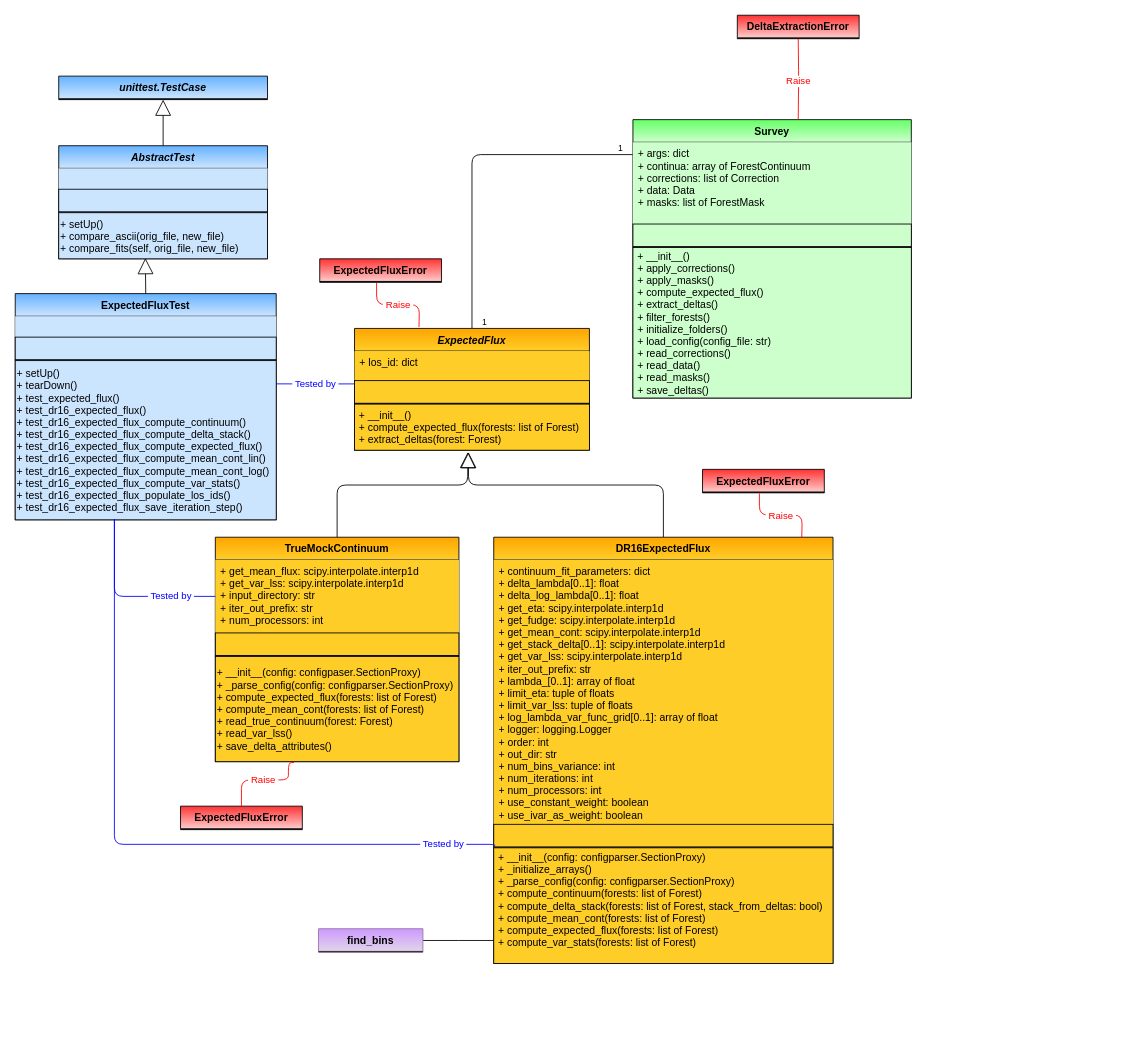
igmhub/picca keeps this draw.io diagram as page "ExpectedFlux" (6 of 7) of docs/delta_extraction/data_model/data_model.drawio. Above is the earlier version. Source tidied: cells renumbered, new cells numbered last; positions are measured from the earlier drawing's top-left corner, leaving out a move shared by most shapes. Both pictures are drawn from the tidied source at 87%, with x=0, y=0 at pixel (15, 15).
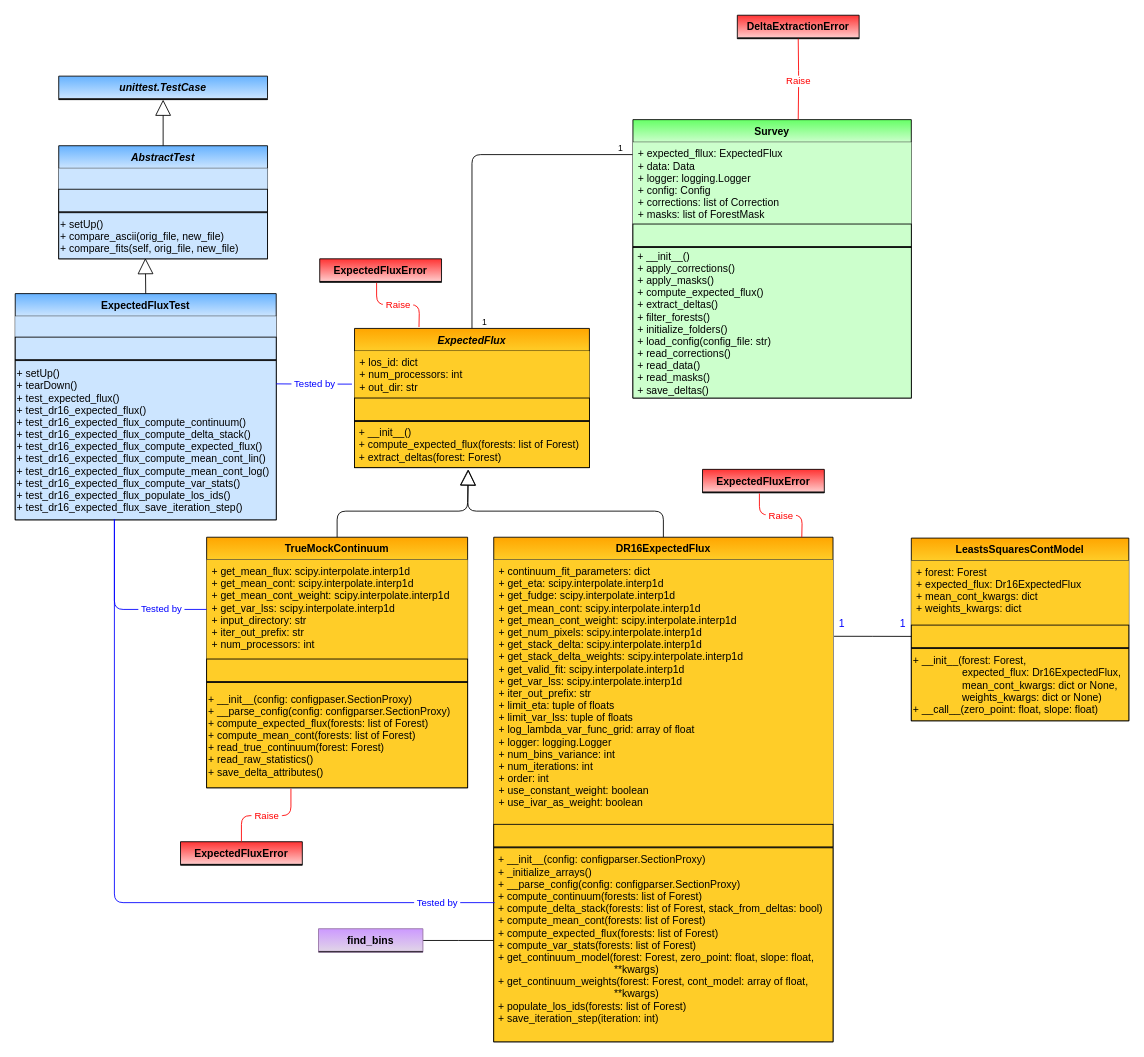
The same page after the edit.

Commit message (it also covers changes not shown here):
updated data model

Unchanged cells that the change refers to:
```xml
<mxCell id="5" value="Survey" style="swimlane;fontStyle=1;horizontal=1;startSize=26;swimlaneFillColor=#ffffff;rounded=0;shadow=0;glass=0;comic=0;strokeColor=#000000;swimlaneLine=1;gradientDirection=north;fillColor=#CCFFCC;gradientColor=#66FF66;" parent="1" vertex="1">
  <mxGeometry x="710" y="120" width="320" height="320" as="geometry" />
</mxCell>
<mxCell id="19" value="+ setUp()&#10;+ tearDown()&#10;+ test_expected_flux()&#10;+ test_dr16_expected_flux()&#10;+ test_dr16_expected_flux_compute_continuum()&#10;+ test_dr16_expected_flux_compute_delta_stack()&#10;+ test_dr16_expected_flux_compute_expected_flux()&#10;+ test_dr16_expected_flux_compute_mean_cont_lin()&#10;+ test_dr16_expected_flux_compute_mean_cont_log()&#10;+ test_dr16_expected_flux_compute_var_stats()&#10;+ test_dr16_expected_flux_populate_los_ids()&#10;+ test_dr16_expected_flux_save_iteration_step()" style="text;strokeColor=#000000;align=left;verticalAlign=middle;overflow=hidden;points=[[0,0.5],[1,0.5]];portConstraint=eastwest;rounded=0;shadow=0;glass=0;comic=0;fontStyle=0;gradientColor=none;swimlaneFillColor=#ffffff;gradientDirection=north;startSize=26;fillColor=#CCE5FF;" parent="15" vertex="1">
  <mxGeometry y="77" width="300" height="183" as="geometry" />
</mxCell>
<mxCell id="32" style="line;strokeWidth=1;fillColor=none;align=left;verticalAlign=middle;spacingTop=-1;spacingLeft=3;spacingRight=3;labelPosition=right;points=[];portConstraint=eastwest;rounded=0;shadow=0;glass=0;comic=0;" parent="29" vertex="1">
  <mxGeometry y="356" width="390" height="1" as="geometry" />
</mxCell>
```

Change to the diagram source:
```diff
@@
-    <mxCell id="6" value="+ args: dict&#10;+ continua: array of ForestContinuum&#10;+ corrections: list of Correction&#10;+ data: Data&#10;+ masks: list of ForestMask&#10;" style="text;strokeColor=none;align=left;verticalAlign=top;spacingLeft=4;spacingRight=4;overflow=hidden;points=[[0,0.5],[1,0.5]];portConstraint=eastwest;gradientColor=none;fillColor=#CCFFCC;" parent="5" vertex="1">
+    <mxCell id="6" value="+ expected_fllux: ExpectedFlux&#10;+ data: Data&#10;+ logger: logging.Logger&#10;+ config: Config&#10;+ corrections: list of Correction&#10;+ masks: list of ForestMask" style="text;strokeColor=none;align=left;verticalAlign=top;spacingLeft=4;spacingRight=4;overflow=hidden;points=[[0,0.5],[1,0.5]];portConstraint=eastwest;gradientColor=none;fillColor=#CCFFCC;" parent="5" vertex="1">
       <mxGeometry y="26" width="320" height="94" as="geometry" />
     </mxCell>
@@
     <mxCell id="10" value="ExpectedFlux" style="swimlane;fontStyle=3;horizontal=1;startSize=26;fillColor=#ffcd28;swimlaneFillColor=#ffffff;rounded=0;shadow=0;glass=0;comic=0;strokeColor=#000000;gradientColor=#ffa500;swimlaneLine=1;gradientDirection=north;" parent="1" vertex="1">
-      <mxGeometry x="390" y="360" width="270" height="140" as="geometry" />
+      <mxGeometry x="390" y="360" width="270" height="160" as="geometry" />
     </mxCell>
-    <mxCell id="11" value="+ los_id: dict" style="text;strokeColor=none;fillColor=#ffcd28;align=left;verticalAlign=top;spacingLeft=4;spacingRight=4;overflow=hidden;points=[[0,0.5],[1,0.5]];portConstraint=eastwest;gradientColor=none;" parent="10" vertex="1">
-      <mxGeometry y="26" width="270" height="34" as="geometry" />
+    <mxCell id="11" value="+ los_id: dict&#10;+ num_processors: int&#10;+ out_dir: str" style="text;strokeColor=none;fillColor=#ffcd28;align=left;verticalAlign=top;spacingLeft=4;spacingRight=4;overflow=hidden;points=[[0,0.5],[1,0.5]];portConstraint=eastwest;gradientColor=none;" parent="10" vertex="1">
+      <mxGeometry y="26" width="270" height="54" as="geometry" />
     </mxCell>
     <mxCell id="12" style="text;strokeColor=#000000;fillColor=#ffcd28;align=left;verticalAlign=middle;overflow=hidden;points=[[0,0.5],[1,0.5]];portConstraint=eastwest;rounded=0;shadow=0;glass=0;comic=0;fontStyle=0;gradientColor=none;swimlaneFillColor=#ffffff;gradientDirection=north;startSize=26;" parent="10" vertex="1">
-      <mxGeometry y="60" width="270" height="26" as="geometry" />
+      <mxGeometry y="80" width="270" height="26" as="geometry" />
     </mxCell>
     <mxCell id="13" style="line;strokeWidth=1;fillColor=none;align=left;verticalAlign=middle;spacingTop=-1;spacingLeft=3;spacingRight=3;labelPosition=right;rounded=0;shadow=0;glass=0;comic=0;" parent="10" vertex="1">
-      <mxGeometry y="86" width="270" height="1" as="geometry" />
+      <mxGeometry y="106" width="270" height="1" as="geometry" />
     </mxCell>
     <mxCell id="14" value=" + __init__()&#10; + compute_expected_flux(forests: list of Forest)&#10; + extract_deltas(forest: Forest)" style="text;strokeColor=#000000;fillColor=#ffcd28;align=left;verticalAlign=middle;overflow=hidden;points=[[0,0.5],[1,0.5]];portConstraint=eastwest;rounded=0;shadow=0;glass=0;comic=0;fontStyle=0;gradientColor=none;swimlaneFillColor=#ffffff;gradientDirection=north;startSize=26;" parent="10" vertex="1">
-      <mxGeometry y="87" width="270" height="53" as="geometry" />
+      <mxGeometry y="107" width="270" height="53" as="geometry" />
     </mxCell>
@@
-    <mxCell id="20" value="&lt;font color=&quot;#0000ff&quot;&gt;&amp;nbsp;Tested by&amp;nbsp;&lt;/font&gt;" style="endArrow=none;html=1;edgeStyle=orthogonalEdgeStyle;strokeColor=#0000FF;entryX=1;entryY=0.146;entryDx=0;entryDy=0;entryPerimeter=0;exitX=-0.002;exitY=0.145;exitDx=0;exitDy=0;exitPerimeter=0;" parent="1" edge="1" source="12" target="19">
+    <mxCell id="20" value="&lt;font color=&quot;#0000ff&quot;&gt;&amp;nbsp;Tested by&amp;nbsp;&lt;/font&gt;" style="endArrow=none;html=1;edgeStyle=orthogonalEdgeStyle;strokeColor=#0000FF;entryX=1;entryY=0.146;entryDx=0;entryDy=0;entryPerimeter=0;exitX=-0.011;exitY=0.704;exitDx=0;exitDy=0;exitPerimeter=0;" parent="1" edge="1" source="11" target="19">
       <mxGeometry x="-0.02" relative="1" as="geometry" />
     </mxCell>
@@
     <mxCell id="28" style="endArrow=block;endSize=16;endFill=0;html=1;exitX=0.5;exitY=0;exitDx=0;exitDy=0;entryX=0.485;entryY=1.04;entryDx=0;entryDy=0;entryPerimeter=0;" parent="1" edge="1" source="29" target="14">
       <mxGeometry relative="1" as="geometry">
         <Array as="points">
-          <mxPoint x="745" y="540" />
-          <mxPoint x="521" y="540" />
+          <mxPoint x="745" y="570" />
+          <mxPoint x="520" y="570" />
         </Array>
       </mxGeometry>
     </mxCell>
     <mxCell id="29" value="DR16ExpectedFlux" style="swimlane;fontStyle=1;horizontal=1;startSize=26;fillColor=#ffcd28;swimlaneFillColor=#ffffff;rounded=0;shadow=0;glass=0;comic=0;strokeColor=#000000;gradientColor=#ffa500;swimlaneLine=1;gradientDirection=north;" parent="1" vertex="1">
-      <mxGeometry x="550" y="600" width="390" height="490" as="geometry" />
+      <mxGeometry x="550" y="600" width="390" height="580" as="geometry" />
     </mxCell>
-    <mxCell id="30" value="+ continuum_fit_parameters: dict&#10;+ delta_lambda[0..1]: float&#10;+ delta_log_lambda[0..1]: float&#10;+ get_eta: scipy.interpolate.interp1d&#10;+ get_fudge: scipy.interpolate.interp1d&#10;+ get_mean_cont: scipy.interpolate.interp1d&#10;+ get_stack_delta[0..1]: scipy.interpolate.interp1d &#10;+ get_var_lss: scipy.interpolate.interp1d&#10;+ iter_out_prefix: str&#10;+ lambda_[0..1]: array of float&#10;+ limit_eta: tuple of floats&#10;+ limit_var_lss: tuple of floats&#10;+ log_lambda_var_func_grid[0..1]: array of float&#10;+ logger: logging.Logger&#10;+ order: int&#10;+ out_dir: str&#10;+ num_bins_variance: int&#10;+ num_iterations: int&#10;+ num_processors: int&#10;+ use_constant_weight: boolean&#10;+ use_ivar_as_weight: boolean&#10;" style="text;strokeColor=none;fillColor=#ffcd28;align=left;verticalAlign=top;spacingLeft=4;spacingRight=4;overflow=hidden;points=[[0,0.5],[1,0.5]];portConstraint=eastwest;gradientColor=none;" parent="29" vertex="1">
+    <mxCell id="30" value="+ continuum_fit_parameters: dict&#10;+ get_eta: scipy.interpolate.interp1d&#10;+ get_fudge: scipy.interpolate.interp1d&#10;+ get_mean_cont: scipy.interpolate.interp1d&#10;+ get_mean_cont_weight: scipy.interpolate.interp1d&#10;+ get_num_pixels: scipy.interpolate.interp1d&#10;+ get_stack_delta: scipy.interpolate.interp1d &#10;+ get_stack_delta_weights: scipy.interpolate.interp1d&#10;+ get_valid_fit: scipy.interpolate.interp1d&#10;+ get_var_lss: scipy.interpolate.interp1d&#10;+ iter_out_prefix: str&#10;+ limit_eta: tuple of floats&#10;+ limit_var_lss: tuple of floats&#10;+ log_lambda_var_func_grid: array of float&#10;+ logger: logging.Logger&#10;+ num_bins_variance: int&#10;+ num_iterations: int&#10;+ order: int&#10;+ use_constant_weight: boolean&#10;+ use_ivar_as_weight: boolean" style="text;strokeColor=none;fillColor=#ffcd28;align=left;verticalAlign=top;spacingLeft=4;spacingRight=4;overflow=hidden;points=[[0,0.5],[1,0.5]];portConstraint=eastwest;gradientColor=none;" parent="29" vertex="1">
       <mxGeometry y="26" width="390" height="304" as="geometry" />
     </mxCell>
@@
-    <mxCell id="33" value=" + __init__(config: configparser.SectionProxy)&#10; + _initialize_arrays()&#10; + _parse_config(config: configparser.SectionProxy)&#10; + compute_continuum(forests: list of Forest)&#10; + compute_delta_stack(forests: list of Forest, stack_from_deltas: bool)&#10; + compute_mean_cont(forests: list of Forest)&#10; + compute_expected_flux(forests: list of Forest)&#10; + compute_var_stats(forests: list of Forest)&#10;" style="text;strokeColor=#000000;fillColor=#ffcd28;align=left;verticalAlign=middle;overflow=hidden;rounded=0;shadow=0;glass=0;comic=0;fontStyle=0;gradientColor=none;swimlaneFillColor=#ffffff;gradientDirection=north;startSize=26;" parent="29" vertex="1">
-      <mxGeometry y="357" width="390" height="133" as="geometry" />
+    <mxCell id="33" value=" + __init__(config: configparser.SectionProxy)&#10; + _initialize_arrays()&#10; + __parse_config(config: configparser.SectionProxy)&#10; + compute_continuum(forests: list of Forest)&#10; + compute_delta_stack(forests: list of Forest, stack_from_deltas: bool)&#10; + compute_mean_cont(forests: list of Forest)&#10; + compute_expected_flux(forests: list of Forest)&#10; + compute_var_stats(forests: list of Forest)&#10; + get_continuum_model(forest: Forest, zero_point: float, slope: float, &#10;                                         **kwargs)&#10; + get_continuum_weights(forest: Forest, cont_model: array of float,&#10;                                         **kwargs)&#10; + populate_los_ids(forests: list of Forest)&#10; + save_iteration_step(iteration: int)&#10;" style="text;strokeColor=#000000;fillColor=#ffcd28;align=left;verticalAlign=middle;overflow=hidden;rounded=0;shadow=0;glass=0;comic=0;fontStyle=0;gradientColor=none;swimlaneFillColor=#ffffff;gradientDirection=north;startSize=26;" parent="29" vertex="1">
+      <mxGeometry y="357" width="390" height="223" as="geometry" />
     </mxCell>
     <mxCell id="34" value="TrueMockContinuum" style="swimlane;fontStyle=1;horizontal=1;startSize=26;fillColor=#ffcd28;swimlaneFillColor=#ffffff;rounded=0;shadow=0;glass=0;comic=0;strokeColor=#000000;gradientColor=#ffa500;swimlaneLine=1;gradientDirection=north;" parent="1" vertex="1">
-      <mxGeometry x="230" y="600" width="280" height="258" as="geometry" />
+      <mxGeometry x="220" y="600" width="300" height="288" as="geometry" />
     </mxCell>
-    <mxCell id="35" value="+ get_mean_flux: scipy.interpolate.interp1d&#10;+ get_var_lss: scipy.interpolate.interp1d&#10;+ input_directory: str&#10;+ iter_out_prefix: str&#10;+ num_processors: int" style="text;strokeColor=none;fillColor=#ffcd28;align=left;verticalAlign=top;spacingLeft=4;spacingRight=4;overflow=hidden;points=[[0,0.5],[1,0.5]];portConstraint=eastwest;gradientColor=none;" parent="34" vertex="1">
-      <mxGeometry y="26" width="280" height="84" as="geometry" />
+    <mxCell id="35" value="+ get_mean_flux: scipy.interpolate.interp1d&#10;+ get_mean_cont: scipy.interpolate.interp1d&#10;+ get_mean_cont_weight: scipy.interpolate.interp1d&#10;+ get_var_lss: scipy.interpolate.interp1d&#10;+ input_directory: str&#10;+ iter_out_prefix: str&#10;+ num_processors: int" style="text;strokeColor=none;fillColor=#ffcd28;align=left;verticalAlign=top;spacingLeft=4;spacingRight=4;overflow=hidden;points=[[0,0.5],[1,0.5]];portConstraint=eastwest;gradientColor=none;" parent="34" vertex="1">
+      <mxGeometry y="26" width="300" height="114" as="geometry" />
     </mxCell>
     <mxCell id="36" style="text;strokeColor=#000000;fillColor=#ffcd28;align=left;verticalAlign=middle;overflow=hidden;rounded=0;shadow=0;glass=0;comic=0;fontStyle=0;gradientColor=none;swimlaneFillColor=#ffffff;gradientDirection=north;startSize=26;" parent="34" vertex="1">
-      <mxGeometry y="110" width="280" height="26" as="geometry" />
+      <mxGeometry y="140" width="300" height="26" as="geometry" />
     </mxCell>
     <mxCell id="37" style="line;strokeWidth=1;fillColor=none;align=left;verticalAlign=middle;spacingTop=-1;spacingLeft=3;spacingRight=3;labelPosition=right;rounded=0;shadow=0;glass=0;comic=0;" parent="34" vertex="1">
-      <mxGeometry y="136" width="280" height="1" as="geometry" />
+      <mxGeometry y="166" width="300" height="1" as="geometry" />
     </mxCell>
-    <mxCell id="38" value="+ __init__(config: configpaser.SectionProxy)&#10;+ _parse_config(config: configparser.SectionProxy)&#10;+ compute_expected_flux(forests: list of Forest)&#10;+ compute_mean_cont(forests: list of Forest)&#10;+ read_true_continuum(forest: Forest)&#10;+ read_var_lss()&#10;+ save_delta_attributes()" style="text;strokeColor=#000000;fillColor=#ffcd28;align=left;verticalAlign=middle;overflow=hidden;points=[[0,0.5],[1,0.5]];portConstraint=eastwest;rounded=0;shadow=0;glass=0;comic=0;fontStyle=0;gradientColor=none;swimlaneFillColor=#ffffff;gradientDirection=north;startSize=26;" parent="34" vertex="1">
-      <mxGeometry y="137" width="280" height="121" as="geometry" />
+    <mxCell id="38" value="+ __init__(config: configpaser.SectionProxy)&#10;+ __parse_config(config: configparser.SectionProxy)&#10;+ compute_expected_flux(forests: list of Forest)&#10;+ compute_mean_cont(forests: list of Forest)&#10;+ read_true_continuum(forest: Forest)&#10;+ read_raw_statistics()&#10;+ save_delta_attributes()" style="text;strokeColor=#000000;fillColor=#ffcd28;align=left;verticalAlign=middle;overflow=hidden;points=[[0,0.5],[1,0.5]];portConstraint=eastwest;rounded=0;shadow=0;glass=0;comic=0;fontStyle=0;gradientColor=none;swimlaneFillColor=#ffffff;gradientDirection=north;startSize=26;" parent="34" vertex="1">
+      <mxGeometry y="167" width="300" height="121" as="geometry" />
     </mxCell>
     <mxCell id="39" style="endArrow=block;endSize=16;endFill=0;html=1;exitX=0.5;exitY=0;exitDx=0;exitDy=0;entryX=0.483;entryY=1.037;entryDx=0;entryDy=0;entryPerimeter=0;" parent="1" edge="1" source="34" target="14">
       <mxGeometry relative="1" as="geometry">
         <Array as="points">
-          <mxPoint x="370" y="540" />
-          <mxPoint x="520" y="540" />
+          <mxPoint x="370" y="570" />
+          <mxPoint x="520" y="570" />
         </Array>
       </mxGeometry>
     </mxCell>
@@
-    <mxCell id="51" value="&lt;font color=&quot;#0000ff&quot;&gt;&amp;nbsp;Tested by&amp;nbsp;&lt;/font&gt;" style="endArrow=none;html=1;edgeStyle=orthogonalEdgeStyle;strokeColor=#0000FF;entryX=0.38;entryY=0.998;entryDx=0;entryDy=0;entryPerimeter=0;exitX=0.003;exitY=-1;exitDx=0;exitDy=0;exitPerimeter=0;" parent="1" edge="1" source="32" target="19">
+    <mxCell id="51" value="&lt;font color=&quot;#0000ff&quot;&gt;&amp;nbsp;Tested by&amp;nbsp;&lt;/font&gt;" style="endArrow=none;html=1;edgeStyle=orthogonalEdgeStyle;strokeColor=#0000FF;entryX=0.38;entryY=0.998;entryDx=0;entryDy=0;entryPerimeter=0;" parent="1" edge="1" target="19">
       <mxGeometry x="-0.85" relative="1" as="geometry">
+        <mxPoint x="551" y="1020" as="sourcePoint" />
         <Array as="points">
-          <mxPoint x="551" y="953" />
-          <mxPoint x="114" y="953" />
+          <mxPoint x="551" y="1020" />
+          <mxPoint x="114" y="1020" />
         </Array>
       </mxGeometry>
     </mxCell>
@@
     <mxCell id="57" value="&lt;font color=&quot;#0000ff&quot;&gt;&amp;nbsp;Tested by&amp;nbsp;&lt;/font&gt;" style="endArrow=none;html=1;edgeStyle=orthogonalEdgeStyle;strokeColor=#0000FF;entryX=0.38;entryY=0.995;entryDx=0;entryDy=0;entryPerimeter=0;exitX=0;exitY=0.5;exitDx=0;exitDy=0;" parent="1" edge="1" source="35" target="19">
       <mxGeometry x="-0.5" relative="1" as="geometry">
         <Array as="points">
-          <mxPoint x="114" y="668" />
+          <mxPoint x="114" y="683" />
         </Array>
       </mxGeometry>
     </mxCell>
@@
     <mxCell id="59" value="ExpectedFluxError" style="swimlane;fontStyle=1;horizontal=1;startSize=26;swimlaneFillColor=#ffffff;rounded=0;shadow=0;glass=0;comic=0;strokeColor=#000000;swimlaneLine=1;gradientDirection=north;fillColor=#FFCCCC;gradientColor=#FF3333;" parent="1" vertex="1">
-      <mxGeometry x="190" y="909.1" width="140" height="27" as="geometry" />
+      <mxGeometry x="190" y="950" width="140" height="27" as="geometry" />
     </mxCell>
@@
     <mxCell id="61" value="&amp;nbsp;Raise&amp;nbsp;" style="endArrow=none;html=1;edgeStyle=orthogonalEdgeStyle;entryX=0.5;entryY=0;entryDx=0;entryDy=0;strokeColor=#FF0000;fontColor=#FF0000;exitX=0.323;exitY=1.008;exitDx=0;exitDy=0;exitPerimeter=0;" parent="1" edge="1" source="38" target="59">
       <mxGeometry relative="1" as="geometry">
         <Array as="points">
-          <mxPoint x="314" y="879" />
-          <mxPoint x="260" y="879" />
+          <mxPoint x="317" y="920" />
+          <mxPoint x="260" y="920" />
         </Array>
       </mxGeometry>
     </mxCell>
@@
+    <mxCell id="66" value="LeastsSquaresContModel" style="swimlane;fontStyle=1;horizontal=1;startSize=26;fillColor=#ffcd28;swimlaneFillColor=#ffffff;rounded=0;shadow=0;glass=0;comic=0;strokeColor=#000000;gradientColor=#ffa500;swimlaneLine=1;gradientDirection=north;" parent="1" vertex="1">
+      <mxGeometry x="1030" y="601" width="250" height="210" as="geometry" />
+    </mxCell>
+    <mxCell id="67" value="+ forest: Forest&#10;+ expected_flux: Dr16ExpectedFlux&#10;+ mean_cont_kwargs: dict&#10;+ weights_kwargs: dict&#10;" style="text;strokeColor=none;fillColor=#ffcd28;align=left;verticalAlign=top;spacingLeft=4;spacingRight=4;overflow=hidden;gradientColor=none;" parent="66" vertex="1">
+      <mxGeometry y="26" width="250" height="74" as="geometry" />
+    </mxCell>
+    <mxCell id="68" style="text;strokeColor=#000000;fillColor=#ffcd28;align=left;verticalAlign=middle;overflow=hidden;points=[[0,0.5],[1,0.5]];portConstraint=eastwest;rounded=0;shadow=0;glass=0;comic=0;fontStyle=0;gradientColor=none;swimlaneFillColor=#ffffff;gradientDirection=north;startSize=26;" parent="66" vertex="1">
+      <mxGeometry y="100" width="250" height="26" as="geometry" />
+    </mxCell>
+    <mxCell id="69" style="line;strokeWidth=1;fillColor=none;align=left;verticalAlign=middle;spacingTop=-1;spacingLeft=3;spacingRight=3;labelPosition=right;rounded=0;shadow=0;glass=0;comic=0;" parent="66" vertex="1">
+      <mxGeometry y="126" width="250" height="1" as="geometry" />
+    </mxCell>
+    <mxCell id="70" value="+ __init__(forest: Forest, &#10;                 expected_flux: Dr16ExpectedFlux,&#10;                 mean_cont_kwargs: dict or None,&#10;                 weights_kwargs: dict or None)&#10;+ __call__(zero_point: float, slope: float)" style="text;strokeColor=#000000;fillColor=#ffcd28;align=left;verticalAlign=middle;overflow=hidden;rounded=0;shadow=0;glass=0;comic=0;fontStyle=0;gradientColor=none;swimlaneFillColor=#ffffff;gradientDirection=north;startSize=26;" parent="66" vertex="1">
+      <mxGeometry y="127" width="250" height="83" as="geometry" />
+    </mxCell>
+    <mxCell id="71" style="edgeStyle=orthogonalEdgeStyle;rounded=0;jettySize=auto;html=1;exitX=1.003;exitY=0.289;exitDx=0;exitDy=0;endArrow=none;endFill=0;entryX=0;entryY=0.5;entryDx=0;entryDy=0;exitPerimeter=0;" parent="1" edge="1" source="30" target="68">
+      <mxGeometry relative="1" as="geometry" />
+    </mxCell>
+    <mxCell id="72" value="1" style="text;html=1;align=center;verticalAlign=middle;strokeColor=none;fillColor=none;fontColor=#0000FF;" parent="1" vertex="1">
+      <mxGeometry x="940" y="690" width="20" height="20" as="geometry" />
+    </mxCell>
+    <mxCell id="73" value="1" style="text;html=1;align=center;verticalAlign=middle;strokeColor=none;fillColor=none;fontColor=#0000FF;" parent="1" vertex="1">
+      <mxGeometry x="1010" y="690" width="20" height="20" as="geometry" />
+    </mxCell>
```
